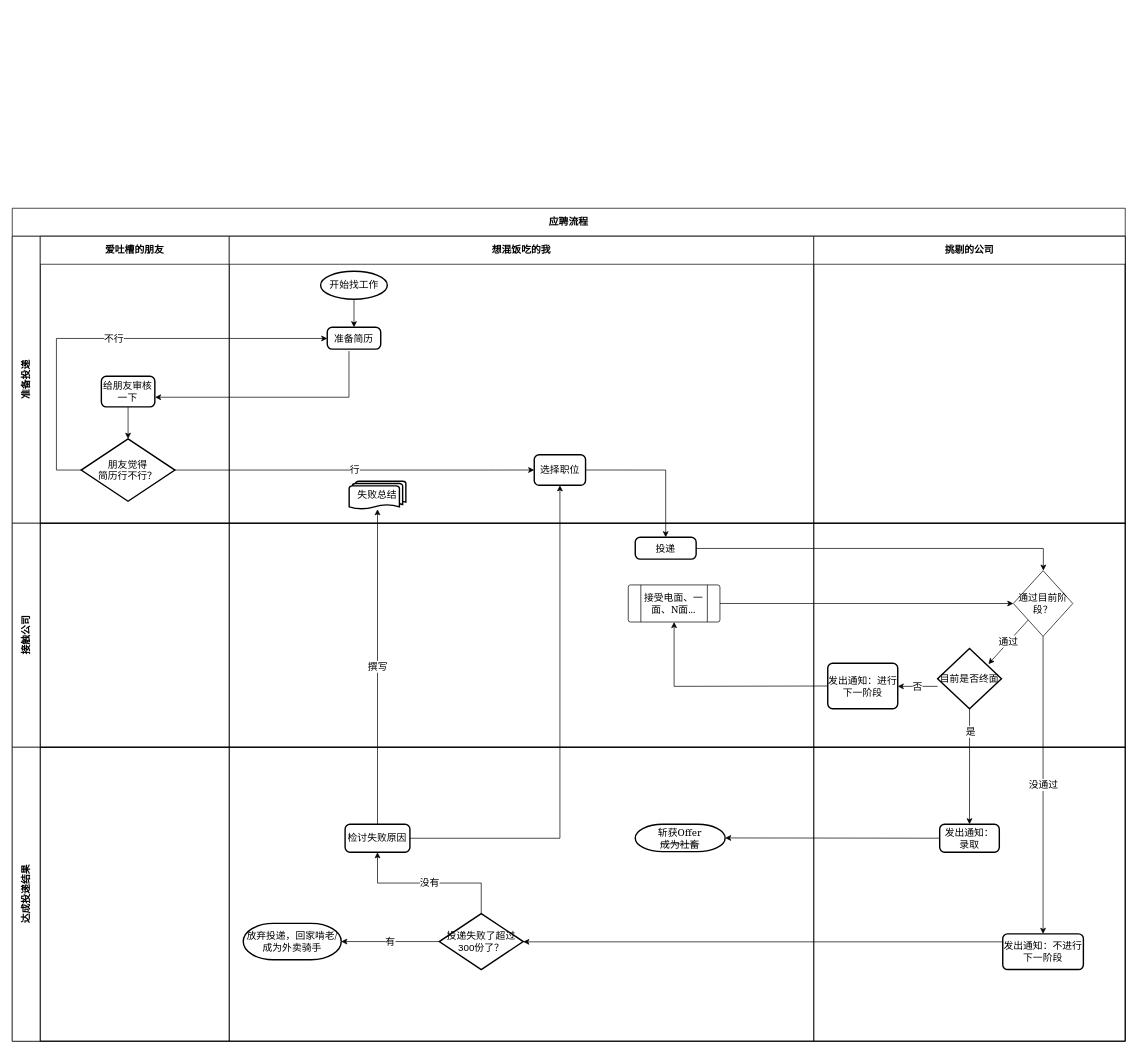
This is crossJobSeeking.drawio from Ryuuko/drawIo, a draw.io file, before an edit. Source tidied: cells renumbered, new cells numbered last; positions are measured from the earlier drawing's top-left corner, leaving out a move shared by most shapes. Both pictures are drawn from the tidied source at 70%, with x=0, y=0 at pixel (12, 12).
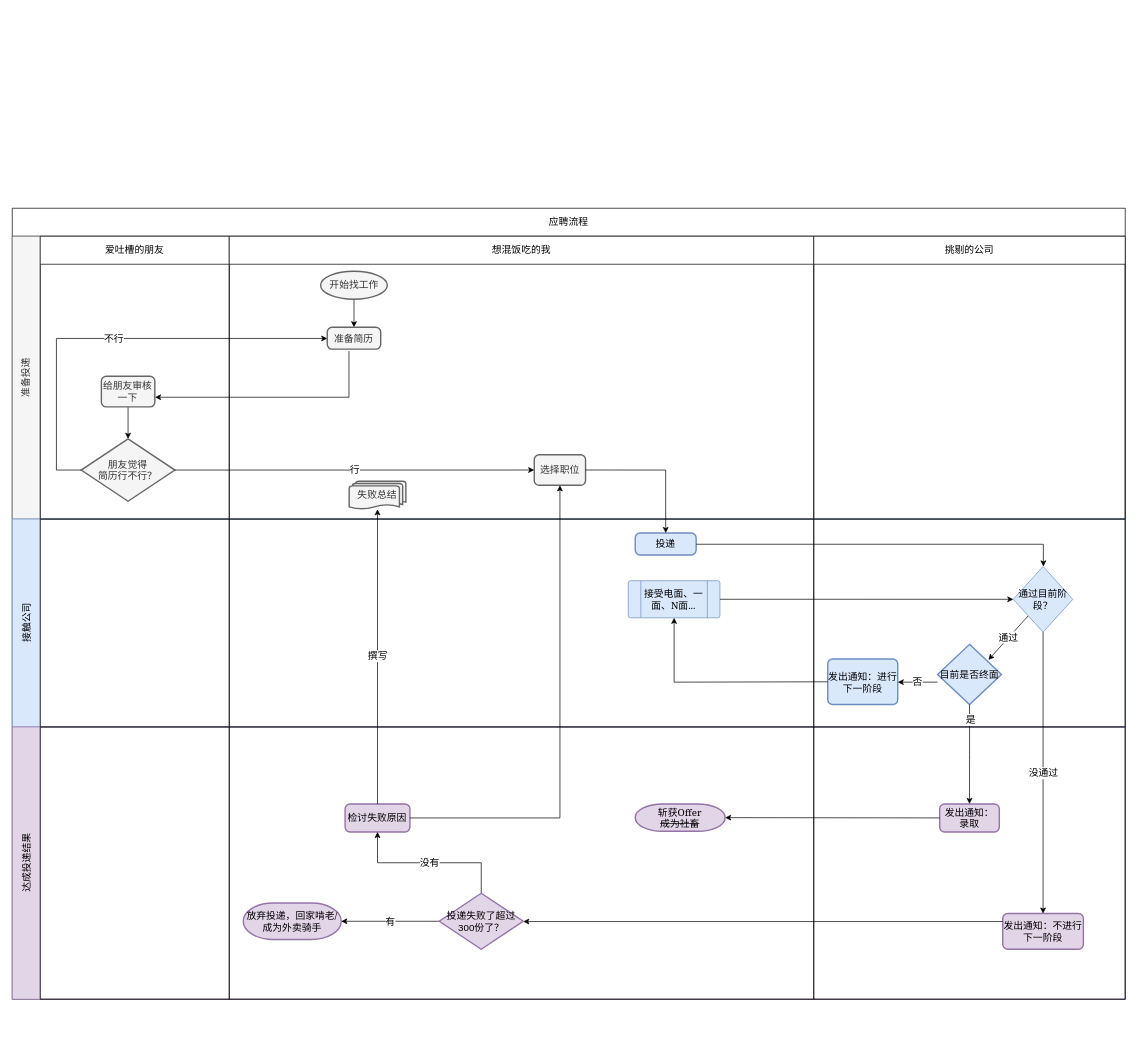
The same diagram, later.

The edit, as a diff of the source:
```diff
@@
-    <mxCell id="2" style="group;" parent="1" vertex="1">
-      <mxGeometry x="70" width="1510" height="1290" as="geometry" />
+    <mxCell id="2" style="group;fontStyle=0;" parent="1" vertex="1">
+      <mxGeometry x="70" width="1520" height="1430" as="geometry" />
     </mxCell>
-    <mxCell id="3" value="应聘流程" style="shape=table;childLayout=tableLayout;rowLines=0;columnLines=0;startSize=40;html=1;whiteSpace=wrap;fontStyle=1;fontSize=14;" parent="2" vertex="1">
-      <mxGeometry x="-70" y="280" width="1590" height="1190" as="geometry" />
+    <mxCell id="3" value="应聘流程" style="shape=table;childLayout=tableLayout;rowLines=0;columnLines=0;startSize=40;html=1;whiteSpace=wrap;fontStyle=0;fontSize=14;" parent="2" vertex="1">
+      <mxGeometry x="-70" y="280" width="1590" height="1130" as="geometry" />
     </mxCell>
-    <mxCell id="4" value="准备投递" style="swimlane;horizontal=0;startSize=40;html=1;whiteSpace=wrap;fontSize=14;" parent="3" vertex="1">
-      <mxGeometry y="40" width="1590" height="410" as="geometry" />
+    <mxCell id="4" value="&lt;span style=&quot;font-weight: normal&quot;&gt;准备投递&lt;/span&gt;" style="swimlane;horizontal=0;startSize=40;html=1;whiteSpace=wrap;fontSize=14;fillColor=#f5f5f5;strokeColor=#666666;fontColor=#333333;" parent="3" vertex="1">
+      <mxGeometry y="40" width="1590" height="404" as="geometry" />
     </mxCell>
-    <mxCell id="5" value="爱吐槽的朋友" style="swimlane;startSize=40;html=1;whiteSpace=wrap;fontSize=14;" parent="4" vertex="1">
-      <mxGeometry x="40" width="270" height="410" as="geometry" />
+    <mxCell id="5" value="&lt;span style=&quot;font-weight: normal&quot;&gt;爱吐槽的朋友&lt;/span&gt;" style="swimlane;startSize=40;html=1;whiteSpace=wrap;fontSize=14;" parent="4" vertex="1">
+      <mxGeometry x="40" width="270" height="404" as="geometry" />
     </mxCell>
@@
-    <mxCell id="7" value="给朋友审核一下" style="rounded=1;whiteSpace=wrap;html=1;absoluteArcSize=1;arcSize=14;strokeWidth=2;fontSize=14;fontFamily=Georgia;" parent="5" vertex="1">
+    <mxCell id="7" value="给朋友审核一下" style="rounded=1;whiteSpace=wrap;html=1;absoluteArcSize=1;arcSize=14;strokeWidth=2;fontSize=14;fontFamily=Georgia;fillColor=#f5f5f5;strokeColor=#666666;fontColor=#333333;" parent="5" vertex="1">
       <mxGeometry x="87.3" y="200" width="76.4" height="43.7" as="geometry" />
     </mxCell>
-    <mxCell id="8" value="朋友觉得&lt;br style=&quot;font-size: 14px;&quot;&gt;简历行不行？" style="strokeWidth=2;html=1;shape=mxgraph.flowchart.decision;whiteSpace=wrap;fontSize=14;fontFamily=Georgia;" parent="5" vertex="1">
+    <mxCell id="8" value="朋友觉得&lt;br style=&quot;font-size: 14px;&quot;&gt;简历行不行？" style="strokeWidth=2;html=1;shape=mxgraph.flowchart.decision;whiteSpace=wrap;fontSize=14;fontFamily=Georgia;fillColor=#f5f5f5;strokeColor=#666666;fontColor=#333333;" parent="5" vertex="1">
       <mxGeometry x="58.5" y="289.4" width="133.9" height="89.2" as="geometry" />
     </mxCell>
-    <mxCell id="9" value="想混饭吃的我" style="swimlane;startSize=40;html=1;whiteSpace=wrap;fontSize=14;" parent="4" vertex="1">
-      <mxGeometry x="310" width="835" height="410" as="geometry" />
+    <mxCell id="9" value="&lt;span style=&quot;font-weight: normal&quot;&gt;想混饭吃的我&lt;/span&gt;" style="swimlane;startSize=40;html=1;whiteSpace=wrap;fontSize=14;" parent="4" vertex="1">
+      <mxGeometry x="310" width="835" height="404" as="geometry" />
     </mxCell>
@@
-    <mxCell id="11" value="开始找工作" style="strokeWidth=2;html=1;shape=mxgraph.flowchart.start_1;whiteSpace=wrap;fontSize=14;fontFamily=Georgia;" parent="9" vertex="1">
+    <mxCell id="11" value="开始找工作" style="strokeWidth=2;html=1;shape=mxgraph.flowchart.start_1;whiteSpace=wrap;fontSize=14;fontFamily=Georgia;fillColor=#f5f5f5;strokeColor=#666666;fontColor=#333333;" parent="9" vertex="1">
       <mxGeometry x="130.5" y="50" width="95.3" height="40" as="geometry" />
     </mxCell>
-    <mxCell id="12" value="准备简历" style="rounded=1;whiteSpace=wrap;html=1;absoluteArcSize=1;arcSize=14;strokeWidth=2;fontSize=14;fontFamily=Georgia;" parent="9" vertex="1">
+    <mxCell id="12" value="准备简历" style="rounded=1;whiteSpace=wrap;html=1;absoluteArcSize=1;arcSize=14;strokeWidth=2;fontSize=14;fontFamily=Georgia;fillColor=#f5f5f5;strokeColor=#666666;fontColor=#333333;" parent="9" vertex="1">
       <mxGeometry x="140" y="130" width="76.4" height="31.2" as="geometry" />
     </mxCell>
-    <mxCell id="13" value="&lt;font style=&quot;font-size: 14px;&quot;&gt;选择职位&lt;/font&gt;" style="rounded=1;whiteSpace=wrap;html=1;absoluteArcSize=1;arcSize=14;strokeWidth=2;fontSize=14;fontFamily=Georgia;" parent="9" vertex="1">
+    <mxCell id="13" value="&lt;font style=&quot;font-size: 14px;&quot;&gt;选择职位&lt;/font&gt;" style="rounded=1;whiteSpace=wrap;html=1;absoluteArcSize=1;arcSize=14;strokeWidth=2;fontSize=14;fontFamily=Georgia;fillColor=#f5f5f5;strokeColor=#666666;fontColor=#333333;" parent="9" vertex="1">
       <mxGeometry x="435.7" y="312.1" width="73.3" height="43.7" as="geometry" />
     </mxCell>
-    <mxCell id="14" value="失败总结" style="strokeWidth=2;html=1;shape=mxgraph.flowchart.multi-document;whiteSpace=wrap;fontSize=14;" parent="9" vertex="1">
+    <mxCell id="14" value="失败总结" style="strokeWidth=2;html=1;shape=mxgraph.flowchart.multi-document;whiteSpace=wrap;fontSize=14;fillColor=#f5f5f5;strokeColor=#666666;fontColor=#333333;" parent="9" vertex="1">
       <mxGeometry x="171.3" y="350" width="81" height="40" as="geometry" />
     </mxCell>
-    <mxCell id="15" value="挑剔的公司" style="swimlane;startSize=40;html=1;whiteSpace=wrap;fontSize=14;" parent="4" vertex="1">
-      <mxGeometry x="1145" width="445" height="410" as="geometry" />
+    <mxCell id="15" value="&lt;span style=&quot;font-weight: normal&quot;&gt;挑剔的公司&lt;/span&gt;" style="swimlane;startSize=40;html=1;whiteSpace=wrap;fontSize=14;" parent="4" vertex="1">
+      <mxGeometry x="1145" width="445" height="404" as="geometry" />
     </mxCell>
@@
-    <mxCell id="19" value="接触公司" style="swimlane;horizontal=0;startSize=40;html=1;whiteSpace=wrap;fontSize=14;" parent="3" vertex="1">
-      <mxGeometry y="450" width="1590" height="320" as="geometry" />
+    <mxCell id="19" value="&lt;span style=&quot;font-weight: normal&quot;&gt;接触公司&lt;/span&gt;" style="swimlane;horizontal=0;startSize=40;html=1;whiteSpace=wrap;fontSize=14;fillColor=#dae8fc;strokeColor=#6c8ebf;" parent="3" vertex="1">
+      <mxGeometry y="444" width="1590" height="297" as="geometry" />
     </mxCell>
     <mxCell id="20" style="swimlane;startSize=0;html=1;whiteSpace=wrap;fontSize=14;" parent="19" vertex="1">
-      <mxGeometry x="40" width="270" height="320" as="geometry" />
+      <mxGeometry x="40" width="270" height="297" as="geometry" />
     </mxCell>
     <mxCell id="21" style="swimlane;startSize=0;html=1;whiteSpace=wrap;fontSize=14;" parent="19" vertex="1">
-      <mxGeometry x="310" width="835" height="320" as="geometry" />
+      <mxGeometry x="310" width="835" height="297" as="geometry" />
     </mxCell>
@@
-    <mxCell id="23" value="投递" style="rounded=1;whiteSpace=wrap;html=1;absoluteArcSize=1;arcSize=14;strokeWidth=2;fontSize=14;fontFamily=Georgia;" parent="21" vertex="1">
+    <mxCell id="23" value="投递" style="rounded=1;whiteSpace=wrap;html=1;absoluteArcSize=1;arcSize=14;strokeWidth=2;fontSize=14;fontFamily=Georgia;fillColor=#dae8fc;strokeColor=#6c8ebf;" parent="21" vertex="1">
       <mxGeometry x="580" y="20" width="87" height="31.3" as="geometry" />
     </mxCell>
-    <mxCell id="24" value="接受电面、一面、N面..." style="verticalLabelPosition=middle;verticalAlign=middle;html=1;shape=process;whiteSpace=wrap;rounded=1;size=0.14;arcSize=6;labelBackgroundColor=none;sketch=0;fontFamily=Georgia;fontSize=14;labelPosition=center;align=center;labelBorderColor=none;" parent="21" vertex="1">
+    <mxCell id="24" value="接受电面、一面、N面..." style="verticalLabelPosition=middle;verticalAlign=middle;html=1;shape=process;whiteSpace=wrap;rounded=1;size=0.14;arcSize=6;labelBackgroundColor=none;sketch=0;fontFamily=Georgia;fontSize=14;labelPosition=center;align=center;labelBorderColor=none;fillColor=#dae8fc;strokeColor=#6c8ebf;" parent="21" vertex="1">
       <mxGeometry x="570" y="88.1" width="131" height="53" as="geometry" />
     </mxCell>
     <mxCell id="25" style="swimlane;startSize=0;html=1;whiteSpace=wrap;fontSize=14;" parent="19" vertex="1">
-      <mxGeometry x="1145" width="445" height="320" as="geometry" />
+      <mxGeometry x="1145" width="445" height="297" as="geometry" />
     </mxCell>
@@
-    <mxCell id="27" value="通过目前阶段？" style="rhombus;whiteSpace=wrap;html=1;fontSize=14;" parent="25" vertex="1">
+    <mxCell id="27" value="通过目前阶段？" style="rhombus;whiteSpace=wrap;html=1;fontSize=14;fillColor=#dae8fc;strokeColor=#6c8ebf;" parent="25" vertex="1">
       <mxGeometry x="285.1" y="67.7" width="85" height="93.9" as="geometry" />
     </mxCell>
-    <mxCell id="28" value="目前是否终面" style="strokeWidth=2;html=1;shape=mxgraph.flowchart.decision;whiteSpace=wrap;fontSize=14;" parent="25" vertex="1">
+    <mxCell id="28" value="目前是否终面" style="strokeWidth=2;html=1;shape=mxgraph.flowchart.decision;whiteSpace=wrap;fontSize=14;fillColor=#dae8fc;strokeColor=#6c8ebf;" parent="25" vertex="1">
       <mxGeometry x="176.9" y="179" width="91.3" height="86" as="geometry" />
     </mxCell>
-    <mxCell id="29" value="发出通知：进行下一阶段" style="rounded=1;whiteSpace=wrap;html=1;absoluteArcSize=1;arcSize=14;strokeWidth=2;fontSize=14;" parent="25" vertex="1">
+    <mxCell id="29" value="发出通知：进行下一阶段" style="rounded=1;whiteSpace=wrap;html=1;absoluteArcSize=1;arcSize=14;strokeWidth=2;fontSize=14;fillColor=#dae8fc;strokeColor=#6c8ebf;" parent="25" vertex="1">
       <mxGeometry x="20" y="200" width="100" height="65" as="geometry" />
     </mxCell>
@@
-    <mxCell id="34" value="达成投递结果" style="swimlane;horizontal=0;startSize=40;html=1;whiteSpace=wrap;fontSize=14;" parent="3" vertex="1">
-      <mxGeometry y="770" width="1590" height="420" as="geometry" />
+    <mxCell id="34" value="达成投递结果" style="swimlane;horizontal=0;startSize=40;html=1;whiteSpace=wrap;fontSize=14;fontStyle=0;fillColor=#e1d5e7;strokeColor=#9673a6;" parent="3" vertex="1">
+      <mxGeometry y="741" width="1590" height="389" as="geometry" />
     </mxCell>
     <mxCell id="35" style="swimlane;startSize=0;html=1;whiteSpace=wrap;fontSize=14;" parent="34" vertex="1">
-      <mxGeometry x="40" width="270" height="420" as="geometry" />
+      <mxGeometry x="40" width="270" height="389" as="geometry" />
     </mxCell>
     <mxCell id="36" style="swimlane;startSize=0;html=1;whiteSpace=wrap;fontSize=14;" parent="34" vertex="1">
-      <mxGeometry x="310" width="835" height="420" as="geometry" />
+      <mxGeometry x="310" width="835" height="389" as="geometry" />
     </mxCell>
-    <mxCell id="37" value="斩获Offer&lt;br style=&quot;font-size: 14px;&quot;&gt;&lt;span style=&quot;font-size: 14px;&quot;&gt;&lt;strike style=&quot;font-size: 14px;&quot;&gt;成为社畜&lt;/strike&gt;&lt;/span&gt;" style="strokeWidth=2;html=1;shape=mxgraph.flowchart.terminator;whiteSpace=wrap;fontSize=14;fontFamily=Georgia;" parent="36" vertex="1">
+    <mxCell id="37" value="斩获Offer&lt;br style=&quot;font-size: 14px;&quot;&gt;&lt;span style=&quot;font-size: 14px;&quot;&gt;&lt;strike style=&quot;font-size: 14px;&quot;&gt;成为社畜&lt;/strike&gt;&lt;/span&gt;" style="strokeWidth=2;html=1;shape=mxgraph.flowchart.terminator;whiteSpace=wrap;fontSize=14;fontFamily=Georgia;fillColor=#e1d5e7;strokeColor=#9673a6;" parent="36" vertex="1">
       <mxGeometry x="580" y="110" width="128.4" height="39.1" as="geometry" />
     </mxCell>
-    <mxCell id="38" value="&lt;span style=&quot;font-family: georgia; font-size: 14px;&quot;&gt;检讨失败原因&lt;/span&gt;" style="rounded=1;whiteSpace=wrap;html=1;absoluteArcSize=1;arcSize=14;strokeWidth=2;fontSize=14;" parent="36" vertex="1">
+    <mxCell id="38" value="&lt;span style=&quot;font-family: georgia; font-size: 14px;&quot;&gt;检讨失败原因&lt;/span&gt;" style="rounded=1;whiteSpace=wrap;html=1;absoluteArcSize=1;arcSize=14;strokeWidth=2;fontSize=14;fillColor=#e1d5e7;strokeColor=#9673a6;" parent="36" vertex="1">
       <mxGeometry x="165.5" y="110" width="92.6" height="40" as="geometry" />
     </mxCell>
@@
-    <mxCell id="41" value="&lt;font style=&quot;font-size: 14px&quot;&gt;投递失败了超过300份了？&lt;/font&gt;" style="strokeWidth=2;html=1;shape=mxgraph.flowchart.decision;whiteSpace=wrap;fontSize=14;" parent="36" vertex="1">
+    <mxCell id="41" value="&lt;font style=&quot;font-size: 14px&quot;&gt;投递失败了超过300份了？&lt;/font&gt;" style="strokeWidth=2;html=1;shape=mxgraph.flowchart.decision;whiteSpace=wrap;fontSize=14;fillColor=#e1d5e7;strokeColor=#9673a6;" parent="36" vertex="1">
       <mxGeometry x="300" y="237.6" width="120" height="80" as="geometry" />
     </mxCell>
-    <mxCell id="42" value="放弃投递，回家啃老/成为外卖骑手" style="strokeWidth=2;html=1;shape=mxgraph.flowchart.terminator;whiteSpace=wrap;fontSize=14;fontFamily=Georgia;" parent="36" vertex="1">
+    <mxCell id="42" value="放弃投递，回家啃老/成为外卖骑手" style="strokeWidth=2;html=1;shape=mxgraph.flowchart.terminator;whiteSpace=wrap;fontSize=14;fontFamily=Georgia;fillColor=#e1d5e7;strokeColor=#9673a6;" parent="36" vertex="1">
       <mxGeometry x="20" y="251.6" width="140" height="52" as="geometry" />
     </mxCell>
     <mxCell id="43" style="swimlane;startSize=0;html=1;whiteSpace=wrap;fontSize=14;" parent="34" vertex="1">
-      <mxGeometry x="1145" width="445" height="420" as="geometry" />
+      <mxGeometry x="1145" width="445" height="389" as="geometry" />
     </mxCell>
@@
-    <mxCell id="45" value="发出通知：录取" style="rounded=1;whiteSpace=wrap;html=1;absoluteArcSize=1;arcSize=14;strokeWidth=2;fontSize=14;" parent="43" vertex="1">
+    <mxCell id="45" value="发出通知：录取" style="rounded=1;whiteSpace=wrap;html=1;absoluteArcSize=1;arcSize=14;strokeWidth=2;fontSize=14;fillColor=#e1d5e7;strokeColor=#9673a6;" parent="43" vertex="1">
       <mxGeometry x="179.9" y="110" width="85.2" height="40" as="geometry" />
     </mxCell>
-    <mxCell id="46" value="发出通知：不进行下一阶段" style="rounded=1;whiteSpace=wrap;html=1;absoluteArcSize=1;arcSize=14;strokeWidth=2;fontSize=14;" parent="43" vertex="1">
+    <mxCell id="46" value="发出通知：不进行下一阶段" style="rounded=1;whiteSpace=wrap;html=1;absoluteArcSize=1;arcSize=14;strokeWidth=2;fontSize=14;fillColor=#e1d5e7;strokeColor=#9673a6;" parent="43" vertex="1">
       <mxGeometry x="270" y="266.6" width="115.2" height="51" as="geometry" />
     </mxCell>
```
